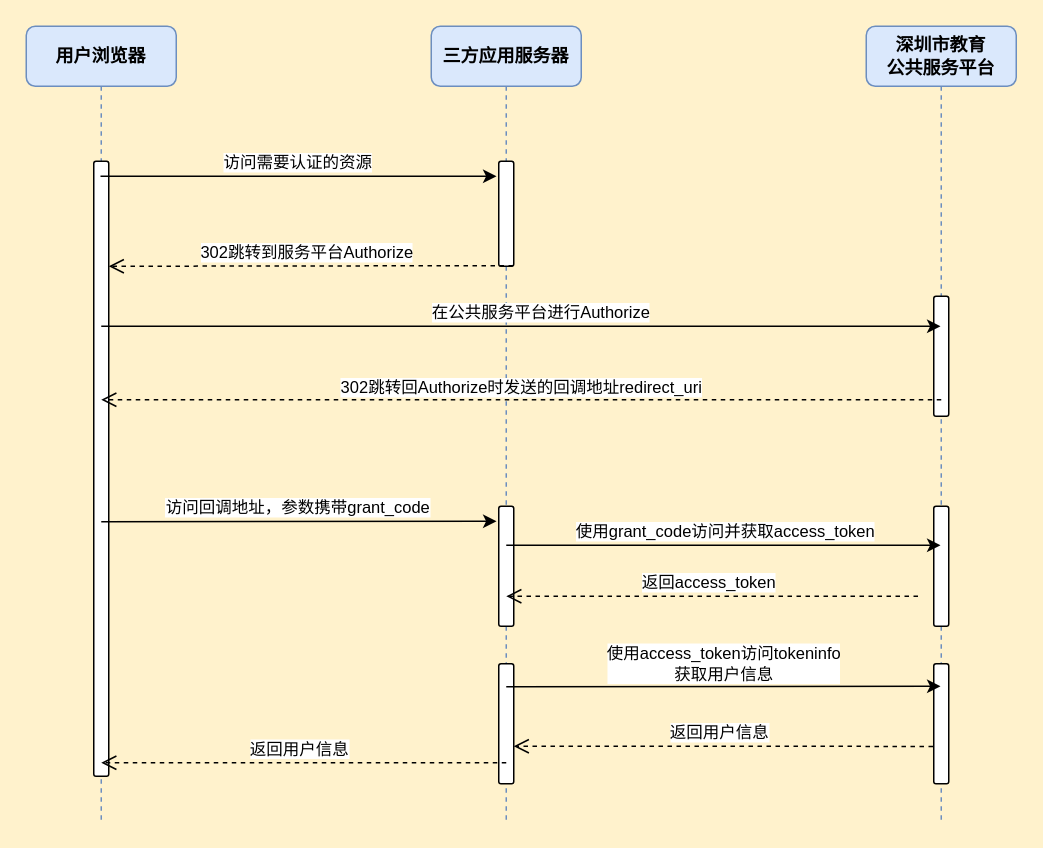
Earlier version of the draw.io diagram page "WEB三方单点登录认证流程" (1 of 2) of 未命名绘图.drawio (fishercore/drawio). Source tidied: cells renumbered, new cells numbered last; positions are measured from the earlier drawing's top-left corner, leaving out a move shared by most shapes. Both pictures are drawn from the tidied source at 150%, with x=0, y=0 at pixel (26, 26).
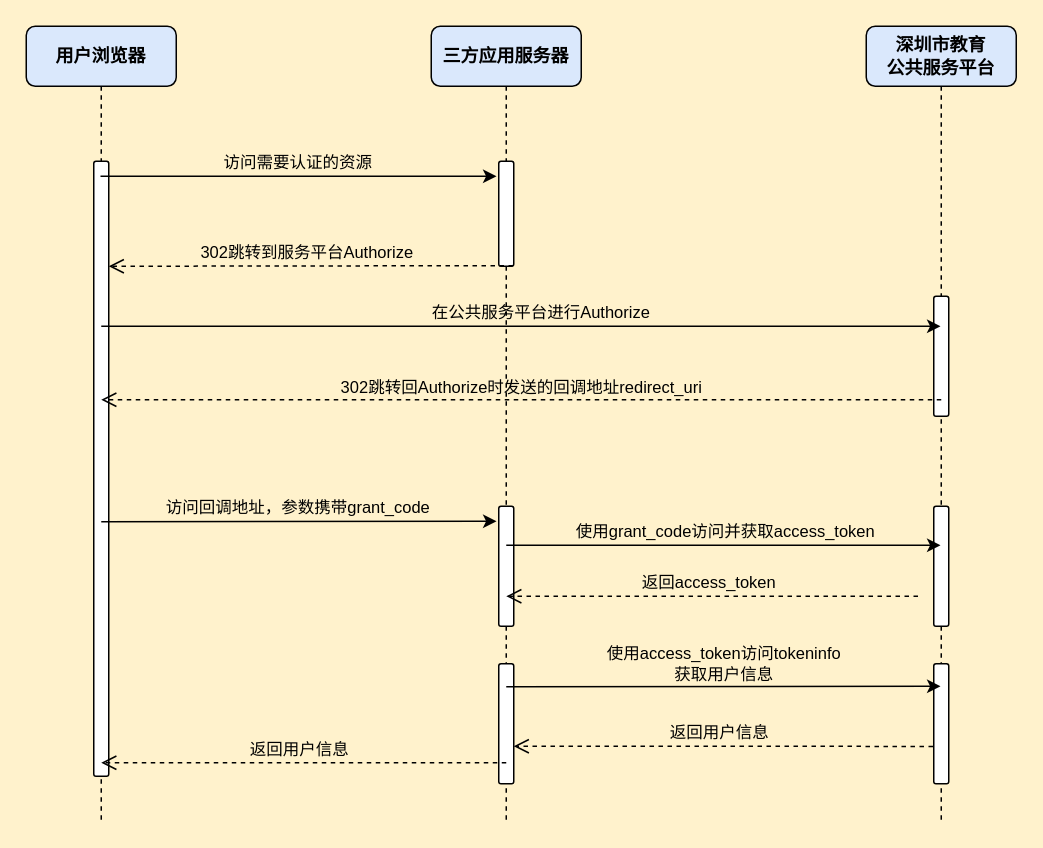
The same diagram, later.

Commit message (it also covers changes not shown here):
更新未命名绘图.drawio

Unchanged cells that the change refers to:
```xml
<mxCell id="3" style="html=1;points=[];perimeter=orthogonalPerimeter;outlineConnect=0;targetShapes=umlLifeline;portConstraint=eastwest;newEdgeStyle={&quot;edgeStyle&quot;:&quot;elbowEdgeStyle&quot;,&quot;elbow&quot;:&quot;vertical&quot;,&quot;curved&quot;:0,&quot;rounded&quot;:0};rounded=1;" parent="2" vertex="1">
  <mxGeometry x="45" y="90" width="10" height="410" as="geometry" />
</mxCell>
<mxCell id="6" style="html=1;points=[];perimeter=orthogonalPerimeter;outlineConnect=0;targetShapes=umlLifeline;portConstraint=eastwest;newEdgeStyle={&quot;edgeStyle&quot;:&quot;elbowEdgeStyle&quot;,&quot;elbow&quot;:&quot;vertical&quot;,&quot;curved&quot;:0,&quot;rounded&quot;:0};rounded=1;" parent="4" vertex="1">
  <mxGeometry x="45" y="320" width="10" height="80" as="geometry" />
</mxCell>
<mxCell id="7" style="html=1;points=[];perimeter=orthogonalPerimeter;outlineConnect=0;targetShapes=umlLifeline;portConstraint=eastwest;newEdgeStyle={&quot;edgeStyle&quot;:&quot;elbowEdgeStyle&quot;,&quot;elbow&quot;:&quot;vertical&quot;,&quot;curved&quot;:0,&quot;rounded&quot;:0};rounded=1;" parent="4" vertex="1">
  <mxGeometry x="45" y="425" width="10" height="80" as="geometry" />
</mxCell>
<mxCell id="12" style="edgeStyle=elbowEdgeStyle;rounded=1;jettySize=auto;html=1;elbow=vertical;curved=0;" parent="1" edge="1" source="2">
  <mxGeometry relative="1" as="geometry">
    <mxPoint x="313.5" y="100" as="targetPoint" />
  </mxGeometry>
</mxCell>
<mxCell id="15" style="edgeStyle=elbowEdgeStyle;rounded=1;jettySize=auto;html=1;elbow=vertical;curved=0;" parent="1" edge="1" target="8">
  <mxGeometry relative="1" as="geometry">
    <mxPoint x="50" y="200" as="sourcePoint" />
  </mxGeometry>
</mxCell>
<mxCell id="18" style="edgeStyle=elbowEdgeStyle;rounded=1;orthogonalLoop=1;jettySize=auto;html=1;elbow=vertical;curved=0;" parent="1" edge="1">
  <mxGeometry relative="1" as="geometry">
    <mxPoint x="50" y="330.3" as="sourcePoint" />
    <mxPoint x="313.5" y="330.3" as="targetPoint" />
  </mxGeometry>
</mxCell>
<mxCell id="20" style="edgeStyle=elbowEdgeStyle;rounded=1;orthogonalLoop=1;jettySize=auto;html=1;elbow=vertical;curved=0;" parent="1" edge="1">
  <mxGeometry relative="1" as="geometry">
    <mxPoint x="320" y="346" as="sourcePoint" />
    <mxPoint x="609.5" y="345.7" as="targetPoint" />
  </mxGeometry>
</mxCell>
<mxCell id="23" style="edgeStyle=elbowEdgeStyle;rounded=1;orthogonalLoop=1;jettySize=auto;html=1;elbow=vertical;curved=0;" parent="1" edge="1">
  <mxGeometry relative="1" as="geometry">
    <mxPoint x="320" y="440.3" as="sourcePoint" />
    <mxPoint x="609.5" y="440" as="targetPoint" />
  </mxGeometry>
</mxCell>
```

What changed in the source:
```diff
@@
-    <mxCell id="2" value="用户浏览器" style="shape=umlLifeline;perimeter=lifelinePerimeter;whiteSpace=wrap;html=1;outlineConnect=0;portConstraint=eastwest;newEdgeStyle={&quot;edgeStyle&quot;:&quot;elbowEdgeStyle&quot;,&quot;elbow&quot;:&quot;vertical&quot;,&quot;curved&quot;:0,&quot;rounded&quot;:0};fontStyle=1;fillColor=#dae8fc;strokeColor=#6c8ebf;rounded=1;" parent="1" vertex="1">
+    <mxCell id="2" value="用户浏览器" style="shape=umlLifeline;perimeter=lifelinePerimeter;whiteSpace=wrap;html=1;outlineConnect=0;portConstraint=eastwest;newEdgeStyle={&quot;edgeStyle&quot;:&quot;elbowEdgeStyle&quot;,&quot;elbow&quot;:&quot;vertical&quot;,&quot;curved&quot;:0,&quot;rounded&quot;:0};fontStyle=1;fillColor=#dae8fc;strokeColor=default;rounded=1;" parent="1" vertex="1">
       <mxGeometry width="100" height="530" as="geometry" />
     </mxCell>
@@
-    <mxCell id="4" value="三方应用服务器" style="shape=umlLifeline;perimeter=lifelinePerimeter;whiteSpace=wrap;html=1;newEdgeStyle={&quot;edgeStyle&quot;:&quot;elbowEdgeStyle&quot;,&quot;elbow&quot;:&quot;vertical&quot;,&quot;curved&quot;:0,&quot;rounded&quot;:0};fontStyle=1;fillColor=#dae8fc;strokeColor=#6c8ebf;rounded=1;" parent="1" vertex="1">
+    <mxCell id="4" value="三方应用服务器" style="shape=umlLifeline;perimeter=lifelinePerimeter;whiteSpace=wrap;html=1;newEdgeStyle={&quot;edgeStyle&quot;:&quot;elbowEdgeStyle&quot;,&quot;elbow&quot;:&quot;vertical&quot;,&quot;curved&quot;:0,&quot;rounded&quot;:0};fontStyle=1;fillColor=#dae8fc;strokeColor=default;rounded=1;" parent="1" vertex="1">
       <mxGeometry x="270" width="100" height="530" as="geometry" />
     </mxCell>
@@
-    <mxCell id="8" value="深圳市教育&lt;br&gt;公共服务平台" style="shape=umlLifeline;perimeter=lifelinePerimeter;whiteSpace=wrap;html=1;outlineConnect=0;portConstraint=eastwest;newEdgeStyle={&quot;edgeStyle&quot;:&quot;elbowEdgeStyle&quot;,&quot;elbow&quot;:&quot;vertical&quot;,&quot;curved&quot;:0,&quot;rounded&quot;:0};fontStyle=1;fillColor=#dae8fc;strokeColor=#6c8ebf;rounded=1;" parent="1" vertex="1">
+    <mxCell id="8" value="深圳市教育&lt;br&gt;公共服务平台" style="shape=umlLifeline;perimeter=lifelinePerimeter;whiteSpace=wrap;html=1;outlineConnect=0;portConstraint=eastwest;newEdgeStyle={&quot;edgeStyle&quot;:&quot;elbowEdgeStyle&quot;,&quot;elbow&quot;:&quot;vertical&quot;,&quot;curved&quot;:0,&quot;rounded&quot;:0};fontStyle=1;fillColor=#dae8fc;strokeColor=default;rounded=1;" parent="1" vertex="1">
       <mxGeometry x="560" width="100" height="530" as="geometry" />
     </mxCell>
@@
-    <mxCell id="13" value="访问需要认证的资源" style="edgeLabel;html=1;align=center;verticalAlign=middle;rounded=1;" parent="12" vertex="1">
+    <mxCell id="13" value="访问需要认证的资源" style="edgeLabel;html=1;align=center;verticalAlign=middle;rounded=1;labelBackgroundColor=none;" parent="12" vertex="1">
       <mxGeometry x="0.09" y="-1" relative="1" as="geometry">
         <mxPoint x="-13" y="-11" as="offset" />
       </mxGeometry>
     </mxCell>
-    <mxCell id="14" value="返回access_token" style="html=1;verticalAlign=bottom;endArrow=open;dashed=1;endSize=8;edgeStyle=elbowEdgeStyle;elbow=vertical;curved=0;rounded=1;entryX=0.5;entryY=0.75;entryDx=0;entryDy=0;entryPerimeter=0;" parent="1" edge="1" target="6">
+    <mxCell id="14" value="返回access_token" style="html=1;verticalAlign=bottom;endArrow=open;dashed=1;endSize=8;edgeStyle=elbowEdgeStyle;elbow=vertical;curved=0;rounded=1;entryX=0.5;entryY=0.75;entryDx=0;entryDy=0;entryPerimeter=0;labelBorderColor=none;labelBackgroundColor=none;" parent="1" edge="1" target="6">
       <mxGeometry x="0.02" relative="1" as="geometry">
         <mxPoint x="594.5" y="380" as="sourcePoint" />
       </mxGeometry>
     </mxCell>
@@
-    <mxCell id="16" value="在公共服务平台进行Authorize" style="edgeLabel;html=1;align=center;verticalAlign=middle;rounded=1;" parent="15" vertex="1">
+    <mxCell id="16" value="在公共服务平台进行Authorize" style="edgeLabel;html=1;align=center;verticalAlign=middle;rounded=1;labelBackgroundColor=none;" parent="15" vertex="1">
       <mxGeometry x="0.09" y="-1" relative="1" as="geometry">
         <mxPoint x="-13" y="-11" as="offset" />
       </mxGeometry>
     </mxCell>
-    <mxCell id="17" value="302跳转回Authorize时发送的回调地址redirect_uri" style="html=1;verticalAlign=bottom;endArrow=open;dashed=1;endSize=8;edgeStyle=elbowEdgeStyle;elbow=vertical;curved=0;rounded=1;" parent="1" edge="1">
+    <mxCell id="17" value="302跳转回Authorize时发送的回调地址redirect_uri" style="html=1;verticalAlign=bottom;endArrow=open;dashed=1;endSize=8;edgeStyle=elbowEdgeStyle;elbow=vertical;curved=0;rounded=1;labelBackgroundColor=none;" parent="1" edge="1">
       <mxGeometry y="1" relative="1" as="geometry">
         <mxPoint x="610" y="249" as="sourcePoint" />
         <mxPoint x="50" y="249" as="targetPoint" />
       </mxGeometry>
     </mxCell>
@@
-    <mxCell id="19" value="访问回调地址，参数携带grant_code" style="edgeLabel;html=1;align=center;verticalAlign=middle;rounded=1;" parent="18" vertex="1">
+    <mxCell id="19" value="访问回调地址，参数携带grant_code" style="edgeLabel;html=1;align=center;verticalAlign=middle;rounded=1;labelBackgroundColor=none;" parent="18" vertex="1">
       <mxGeometry x="0.09" y="-1" relative="1" as="geometry">
         <mxPoint x="-13" y="-11" as="offset" />
       </mxGeometry>
     </mxCell>
@@
-    <mxCell id="21" value="使用grant_code访问并获取access_token" style="edgeLabel;html=1;align=center;verticalAlign=middle;rounded=1;" parent="20" vertex="1">
+    <mxCell id="21" value="使用grant_code访问并获取access_token" style="edgeLabel;html=1;align=center;verticalAlign=middle;rounded=1;labelBackgroundColor=none;" parent="20" vertex="1">
       <mxGeometry x="0.09" y="-1" relative="1" as="geometry">
         <mxPoint x="-13" y="-11" as="offset" />
       </mxGeometry>
     </mxCell>
-    <mxCell id="22" value="302跳转到服务平台Authorize" style="html=1;verticalAlign=bottom;endArrow=open;dashed=1;endSize=8;edgeStyle=elbowEdgeStyle;elbow=vertical;curved=0;rounded=1;" parent="1" edge="1" target="3">
+    <mxCell id="22" value="302跳转到服务平台Authorize" style="html=1;verticalAlign=bottom;endArrow=open;dashed=1;endSize=8;edgeStyle=elbowEdgeStyle;elbow=vertical;curved=0;rounded=1;labelBackgroundColor=none;" parent="1" edge="1" target="3">
       <mxGeometry x="0.02" relative="1" as="geometry">
         <mxPoint x="324.5" y="159.6" as="sourcePoint" />
       </mxGeometry>
     </mxCell>
@@
-    <mxCell id="24" value="使用access_token访问tokeninfo&lt;br&gt;获取用户信息" style="edgeLabel;html=1;align=center;verticalAlign=middle;rounded=1;" parent="23" vertex="1">
+    <mxCell id="24" value="使用access_token访问tokeninfo&lt;br&gt;获取用户信息" style="edgeLabel;html=1;align=center;verticalAlign=middle;rounded=1;labelBackgroundColor=none;" parent="23" vertex="1">
       <mxGeometry x="0.09" y="-1" relative="1" as="geometry">
         <mxPoint x="-13" y="-17" as="offset" />
       </mxGeometry>
     </mxCell>
-    <mxCell id="25" value="返回用户信息" style="html=1;verticalAlign=bottom;endArrow=open;dashed=1;endSize=8;edgeStyle=elbowEdgeStyle;elbow=vertical;curved=0;rounded=1;" parent="1" edge="1" target="7">
+    <mxCell id="25" value="返回用户信息" style="html=1;verticalAlign=bottom;endArrow=open;dashed=1;endSize=8;edgeStyle=elbowEdgeStyle;elbow=vertical;curved=0;rounded=1;labelBackgroundColor=none;" parent="1" edge="1" target="7">
       <mxGeometry x="0.02" relative="1" as="geometry">
         <mxPoint x="604.5" y="480.1" as="sourcePoint" />
       </mxGeometry>
     </mxCell>
-    <mxCell id="26" value="返回用户信息" style="html=1;verticalAlign=bottom;endArrow=open;dashed=1;endSize=8;edgeStyle=elbowEdgeStyle;elbow=vertical;curved=0;rounded=1;" parent="1" edge="1">
+    <mxCell id="26" value="返回用户信息" style="html=1;verticalAlign=bottom;endArrow=open;dashed=1;endSize=8;edgeStyle=elbowEdgeStyle;elbow=vertical;curved=0;rounded=1;labelBackgroundColor=none;" parent="1" edge="1">
       <mxGeometry x="0.02" relative="1" as="geometry">
         <mxPoint x="320" y="491" as="sourcePoint" />
         <mxPoint x="50" y="491" as="targetPoint" />
       </mxGeometry>
     </mxCell>
```
